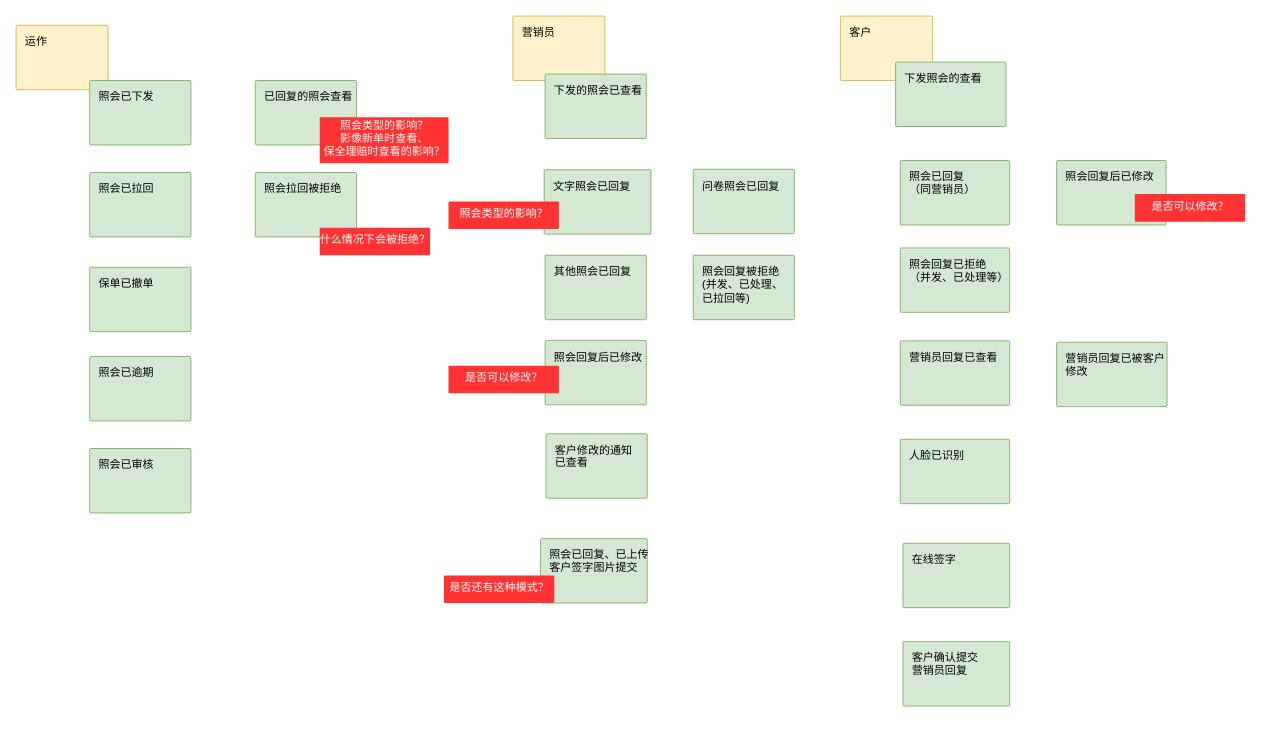
jalja27/gc_uml keeps this draw.io diagram as issue/es-电子照会II期.drawio. Above is the earlier version. Source tidied: cells renumbered, new cells numbered last; positions are measured from the earlier drawing's top-left corner, leaving out a move shared by most shapes. Both pictures are drawn from the tidied source at 92%, with x=0, y=0 at pixel (16, 16).
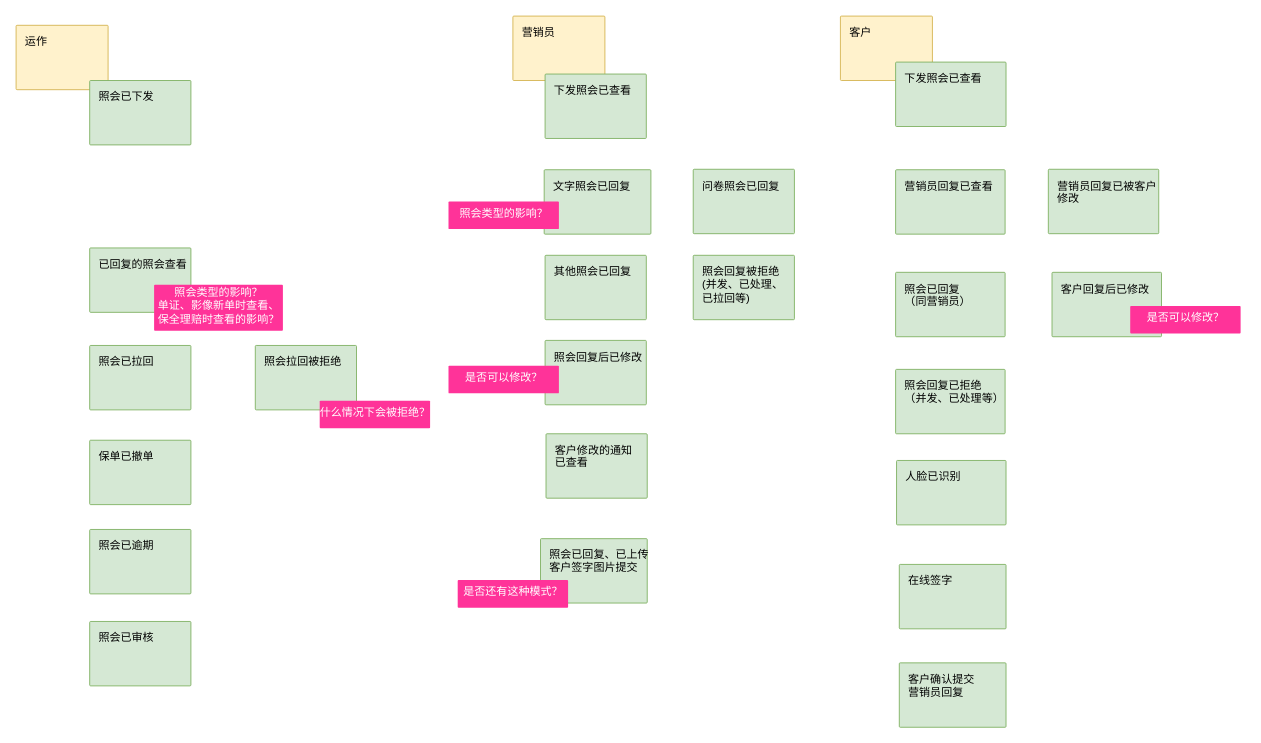
After the change.

Commit message (it also covers changes not shown here):
Update es-电子照会II期.drawio

Change to the diagram source:
```diff
@@
-    <mxCell id="5" value="下发照会的查看" style="rounded=1;absoluteArcSize=1;arcSize=2;html=1;strokeColor=#82b366;shadow=0;dashed=0;fontSize=12;align=left;verticalAlign=top;spacing=10;spacingTop=-4;fillColor=#d5e8d4;" parent="1" vertex="1">
+    <mxCell id="5" value="下发照会已查看" style="rounded=1;absoluteArcSize=1;arcSize=2;html=1;strokeColor=#82b366;shadow=0;dashed=0;fontSize=12;align=left;verticalAlign=top;spacing=10;spacingTop=-4;fillColor=#d5e8d4;" parent="1" vertex="1">
       <mxGeometry x="956" y="50" width="120" height="70" as="geometry" />
     </mxCell>
     <mxCell id="6" value="照会已拉回&lt;br&gt;" style="rounded=1;absoluteArcSize=1;arcSize=2;html=1;strokeColor=#82b366;shadow=0;dashed=0;fontSize=12;align=left;verticalAlign=top;spacing=10;spacingTop=-4;fillColor=#d5e8d4;" parent="1" vertex="1">
-      <mxGeometry x="80" y="170" width="110" height="70" as="geometry" />
+      <mxGeometry x="80" y="358" width="110" height="70" as="geometry" />
     </mxCell>
     <mxCell id="7" value="照会拉回被拒绝&lt;br&gt;" style="rounded=1;absoluteArcSize=1;arcSize=2;html=1;strokeColor=#82b366;shadow=0;dashed=0;fontSize=12;align=left;verticalAlign=top;spacing=10;spacingTop=-4;fillColor=#d5e8d4;" parent="1" vertex="1">
-      <mxGeometry x="260" y="170" width="110" height="70" as="geometry" />
+      <mxGeometry x="260" y="358" width="110" height="70" as="geometry" />
     </mxCell>
     <mxCell id="8" value="已回复的照会查看&lt;br&gt;" style="rounded=1;absoluteArcSize=1;arcSize=2;html=1;strokeColor=#82b366;shadow=0;dashed=0;fontSize=12;align=left;verticalAlign=top;spacing=10;spacingTop=-4;fillColor=#d5e8d4;" parent="1" vertex="1">
-      <mxGeometry x="260" y="70" width="110" height="70" as="geometry" />
+      <mxGeometry x="80" y="252" width="110" height="70" as="geometry" />
     </mxCell>
@@
-    <mxCell id="10" value="下发的照会已查看" style="rounded=1;absoluteArcSize=1;arcSize=2;html=1;strokeColor=#82b366;shadow=0;dashed=0;fontSize=12;align=left;verticalAlign=top;spacing=10;spacingTop=-4;fillColor=#d5e8d4;" parent="1" vertex="1">
+    <mxCell id="10" value="下发照会已查看" style="rounded=1;absoluteArcSize=1;arcSize=2;html=1;strokeColor=#82b366;shadow=0;dashed=0;fontSize=12;align=left;verticalAlign=top;spacing=10;spacingTop=-4;fillColor=#d5e8d4;" parent="1" vertex="1">
       <mxGeometry x="575" y="63" width="110" height="70" as="geometry" />
     </mxCell>
@@
     <mxCell id="14" value="照会已回复&lt;br&gt;（同营销员）" style="rounded=1;absoluteArcSize=1;arcSize=2;html=1;strokeColor=#82b366;shadow=0;dashed=0;fontSize=12;align=left;verticalAlign=top;spacing=10;spacingTop=-4;fillColor=#d5e8d4;" parent="1" vertex="1">
-      <mxGeometry x="961" y="157" width="119" height="70" as="geometry" />
+      <mxGeometry x="956" y="278.5" width="119" height="70" as="geometry" />
     </mxCell>
     <mxCell id="15" value="营销员回复已查看&lt;br&gt;" style="rounded=1;absoluteArcSize=1;arcSize=2;html=1;strokeColor=#82b366;shadow=0;dashed=0;fontSize=12;align=left;verticalAlign=top;spacing=10;spacingTop=-4;fillColor=#d5e8d4;" parent="1" vertex="1">
-      <mxGeometry x="961" y="353" width="119" height="70" as="geometry" />
+      <mxGeometry x="956" y="167" width="119" height="70" as="geometry" />
     </mxCell>
     <mxCell id="16" value="营销员回复已被客户&lt;br&gt;修改&lt;br&gt;" style="rounded=1;absoluteArcSize=1;arcSize=2;html=1;strokeColor=#82b366;shadow=0;dashed=0;fontSize=12;align=left;verticalAlign=top;spacing=10;spacingTop=-4;fillColor=#d5e8d4;" parent="1" vertex="1">
-      <mxGeometry x="1131" y="354.5" width="120" height="70" as="geometry" />
+      <mxGeometry x="1122" y="166.5" width="120" height="70" as="geometry" />
     </mxCell>
     <mxCell id="17" value="照会回复已拒绝&lt;br&gt;（并发、已处理等）&lt;br&gt;" style="rounded=1;absoluteArcSize=1;arcSize=2;html=1;strokeColor=#82b366;shadow=0;dashed=0;fontSize=12;align=left;verticalAlign=top;spacing=10;spacingTop=-4;fillColor=#d5e8d4;" parent="1" vertex="1">
-      <mxGeometry x="961" y="252" width="119" height="70" as="geometry" />
+      <mxGeometry x="956" y="384" width="119" height="70" as="geometry" />
     </mxCell>
@@
-    <mxCell id="19" value="照会回复后已修改" style="rounded=1;absoluteArcSize=1;arcSize=2;html=1;strokeColor=#82b366;shadow=0;dashed=0;fontSize=12;align=left;verticalAlign=top;spacing=10;spacingTop=-4;fillColor=#d5e8d4;" parent="1" vertex="1">
-      <mxGeometry x="1131" y="157" width="119" height="70" as="geometry" />
+    <mxCell id="19" value="客户回复后已修改" style="rounded=1;absoluteArcSize=1;arcSize=2;html=1;strokeColor=#82b366;shadow=0;dashed=0;fontSize=12;align=left;verticalAlign=top;spacing=10;spacingTop=-4;fillColor=#d5e8d4;" parent="1" vertex="1">
+      <mxGeometry x="1126" y="278.5" width="119" height="70" as="geometry" />
     </mxCell>
     <mxCell id="20" value="人脸已识别" style="rounded=1;absoluteArcSize=1;arcSize=2;html=1;strokeColor=#82b366;shadow=0;dashed=0;fontSize=12;align=left;verticalAlign=top;spacing=10;spacingTop=-4;fillColor=#d5e8d4;" parent="1" vertex="1">
-      <mxGeometry x="961" y="460" width="119" height="70" as="geometry" />
+      <mxGeometry x="957" y="483" width="119" height="70" as="geometry" />
     </mxCell>
     <mxCell id="21" value="保单已撤单&lt;br&gt;" style="rounded=1;absoluteArcSize=1;arcSize=2;html=1;strokeColor=#82b366;shadow=0;dashed=0;fontSize=12;align=left;verticalAlign=top;spacing=10;spacingTop=-4;fillColor=#d5e8d4;" parent="1" vertex="1">
-      <mxGeometry x="80" y="273" width="110" height="70" as="geometry" />
+      <mxGeometry x="80" y="461" width="110" height="70" as="geometry" />
     </mxCell>
     <mxCell id="22" value="照会已逾期&lt;br&gt;" style="rounded=1;absoluteArcSize=1;arcSize=2;html=1;strokeColor=#82b366;shadow=0;dashed=0;fontSize=12;align=left;verticalAlign=top;spacing=10;spacingTop=-4;fillColor=#d5e8d4;" parent="1" vertex="1">
-      <mxGeometry x="80" y="370" width="110" height="70" as="geometry" />
+      <mxGeometry x="80" y="558" width="110" height="70" as="geometry" />
     </mxCell>
@@
-    <mxCell id="25" value="&lt;div style=&quot;text-align: center&quot;&gt;&lt;span&gt;是否可以修改？&lt;/span&gt;&lt;/div&gt;" style="rounded=1;absoluteArcSize=1;arcSize=2;html=1;strokeColor=none;gradientColor=none;shadow=0;dashed=0;fontSize=12;fontColor=#FFFFFF;align=center;verticalAlign=middle;spacing=10;spacingTop=-4;fillColor=#FF3333;" parent="1" vertex="1">
+    <mxCell id="25" value="&lt;div style=&quot;text-align: center&quot;&gt;&lt;span&gt;是否可以修改？&lt;/span&gt;&lt;/div&gt;" style="rounded=1;absoluteArcSize=1;arcSize=2;html=1;strokeColor=none;gradientColor=none;shadow=0;dashed=0;fontSize=12;fontColor=#FFFFFF;align=center;verticalAlign=middle;spacing=10;spacingTop=-4;fillColor=#FF3399;" parent="1" vertex="1">
       <mxGeometry x="470" y="380" width="120" height="30" as="geometry" />
     </mxCell>
-    <mxCell id="26" value="&lt;div style=&quot;text-align: center&quot;&gt;照会类型的影响？&lt;/div&gt;" style="rounded=1;absoluteArcSize=1;arcSize=2;html=1;strokeColor=none;gradientColor=none;shadow=0;dashed=0;fontSize=12;fontColor=#FFFFFF;align=center;verticalAlign=middle;spacing=10;spacingTop=-4;fillColor=#FF3333;" parent="1" vertex="1">
+    <mxCell id="26" value="&lt;div style=&quot;text-align: center&quot;&gt;照会类型的影响？&lt;/div&gt;" style="rounded=1;absoluteArcSize=1;arcSize=2;html=1;strokeColor=none;gradientColor=none;shadow=0;dashed=0;fontSize=12;fontColor=#FFFFFF;align=center;verticalAlign=middle;spacing=10;spacingTop=-4;fillColor=#FF3399;" parent="1" vertex="1">
       <mxGeometry x="470" y="201.5" width="120" height="30" as="geometry" />
     </mxCell>
     <mxCell id="27" value="在线签字" style="rounded=1;absoluteArcSize=1;arcSize=2;html=1;strokeColor=#82b366;shadow=0;dashed=0;fontSize=12;align=left;verticalAlign=top;spacing=10;spacingTop=-4;fillColor=#d5e8d4;" parent="1" vertex="1">
-      <mxGeometry x="964" y="573" width="116" height="70" as="geometry" />
+      <mxGeometry x="960" y="596" width="116" height="70" as="geometry" />
     </mxCell>
-    <mxCell id="28" value="&lt;div style=&quot;text-align: center&quot;&gt;&lt;span&gt;是否可以修改？&lt;/span&gt;&lt;/div&gt;" style="rounded=1;absoluteArcSize=1;arcSize=2;html=1;strokeColor=none;gradientColor=none;shadow=0;dashed=0;fontSize=12;fontColor=#FFFFFF;align=center;verticalAlign=middle;spacing=10;spacingTop=-4;fillColor=#FF3333;" parent="1" vertex="1">
-      <mxGeometry x="1216" y="193.5" width="120" height="30" as="geometry" />
+    <mxCell id="28" value="&lt;div style=&quot;text-align: center&quot;&gt;&lt;span&gt;是否可以修改？&lt;/span&gt;&lt;/div&gt;" style="rounded=1;absoluteArcSize=1;arcSize=2;html=1;strokeColor=none;gradientColor=none;shadow=0;dashed=0;fontSize=12;fontColor=#FFFFFF;align=center;verticalAlign=middle;spacing=10;spacingTop=-4;fillColor=#FF3399;" parent="1" vertex="1">
+      <mxGeometry x="1211" y="315" width="120" height="30" as="geometry" />
     </mxCell>
     <mxCell id="29" value="照会已审核&lt;br&gt;" style="rounded=1;absoluteArcSize=1;arcSize=2;html=1;strokeColor=#82b366;shadow=0;dashed=0;fontSize=12;align=left;verticalAlign=top;spacing=10;spacingTop=-4;fillColor=#d5e8d4;" parent="1" vertex="1">
-      <mxGeometry x="80" y="470" width="110" height="70" as="geometry" />
+      <mxGeometry x="80" y="658" width="110" height="70" as="geometry" />
     </mxCell>
     <mxCell id="30" value="客户确认提交&lt;br&gt;营销员回复&lt;br&gt;" style="rounded=1;absoluteArcSize=1;arcSize=2;html=1;strokeColor=#82b366;shadow=0;dashed=0;fontSize=12;align=left;verticalAlign=top;spacing=10;spacingTop=-4;fillColor=#d5e8d4;" parent="1" vertex="1">
-      <mxGeometry x="964" y="680" width="116" height="70" as="geometry" />
+      <mxGeometry x="960" y="703" width="116" height="70" as="geometry" />
     </mxCell>
@@
-    <mxCell id="32" value="&lt;div style=&quot;text-align: center&quot;&gt;&lt;span&gt;是否还有这种模式？&lt;/span&gt;&lt;/div&gt;" style="rounded=1;absoluteArcSize=1;arcSize=2;html=1;strokeColor=none;gradientColor=none;shadow=0;dashed=0;fontSize=12;fontColor=#FFFFFF;align=center;verticalAlign=middle;spacing=10;spacingTop=-4;fillColor=#FF3333;" parent="1" vertex="1">
-      <mxGeometry x="465" y="608" width="120" height="30" as="geometry" />
+    <mxCell id="32" value="&lt;div style=&quot;text-align: center&quot;&gt;&lt;span&gt;是否还有这种模式？&lt;/span&gt;&lt;/div&gt;" style="rounded=1;absoluteArcSize=1;arcSize=2;html=1;strokeColor=none;gradientColor=none;shadow=0;dashed=0;fontSize=12;fontColor=#FFFFFF;align=center;verticalAlign=middle;spacing=10;spacingTop=-4;fillColor=#FF3399;" parent="1" vertex="1">
+      <mxGeometry x="480" y="613" width="120" height="30" as="geometry" />
     </mxCell>
-    <mxCell id="33" value="&lt;div style=&quot;text-align: center&quot;&gt;什么情况下会被拒绝？&lt;/div&gt;" style="rounded=1;absoluteArcSize=1;arcSize=2;html=1;strokeColor=none;gradientColor=none;shadow=0;dashed=0;fontSize=12;fontColor=#FFFFFF;align=center;verticalAlign=middle;spacing=10;spacingTop=-4;fillColor=#FF3333;" parent="1" vertex="1">
-      <mxGeometry x="330" y="230" width="120" height="30" as="geometry" />
+    <mxCell id="33" value="&lt;div style=&quot;text-align: center&quot;&gt;什么情况下会被拒绝？&lt;/div&gt;" style="rounded=1;absoluteArcSize=1;arcSize=2;html=1;strokeColor=none;gradientColor=none;shadow=0;dashed=0;fontSize=12;fontColor=#FFFFFF;align=center;verticalAlign=middle;spacing=10;spacingTop=-4;fillColor=#FF3399;" parent="1" vertex="1">
+      <mxGeometry x="330" y="418" width="120" height="30" as="geometry" />
     </mxCell>
-    <mxCell id="34" value="&lt;div style=&quot;text-align: center&quot;&gt;照会类型的影响？&lt;/div&gt;&lt;div style=&quot;text-align: center&quot;&gt;影像新单时查看、&lt;/div&gt;&lt;div style=&quot;text-align: center&quot;&gt;保全理赔时查看的影响？&lt;/div&gt;" style="rounded=1;absoluteArcSize=1;arcSize=2;html=1;strokeColor=none;gradientColor=none;shadow=0;dashed=0;fontSize=12;fontColor=#FFFFFF;align=center;verticalAlign=middle;spacing=10;spacingTop=-4;fillColor=#FF3333;" parent="1" vertex="1">
-      <mxGeometry x="330" y="110" width="140" height="50" as="geometry" />
+    <mxCell id="34" value="&lt;div style=&quot;text-align: center&quot;&gt;照会类型的影响？&lt;/div&gt;&lt;div style=&quot;text-align: center&quot;&gt;单证、影像新单时查看、&lt;/div&gt;&lt;div style=&quot;text-align: center&quot;&gt;保全理赔时查看的影响？&lt;/div&gt;" style="rounded=1;absoluteArcSize=1;arcSize=2;html=1;strokeColor=none;gradientColor=none;shadow=0;dashed=0;fontSize=12;fontColor=#FFFFFF;align=center;verticalAlign=middle;spacing=10;spacingTop=-4;fillColor=#FF3399;" parent="1" vertex="1">
+      <mxGeometry x="150" y="292" width="140" height="50" as="geometry" />
     </mxCell>
```
